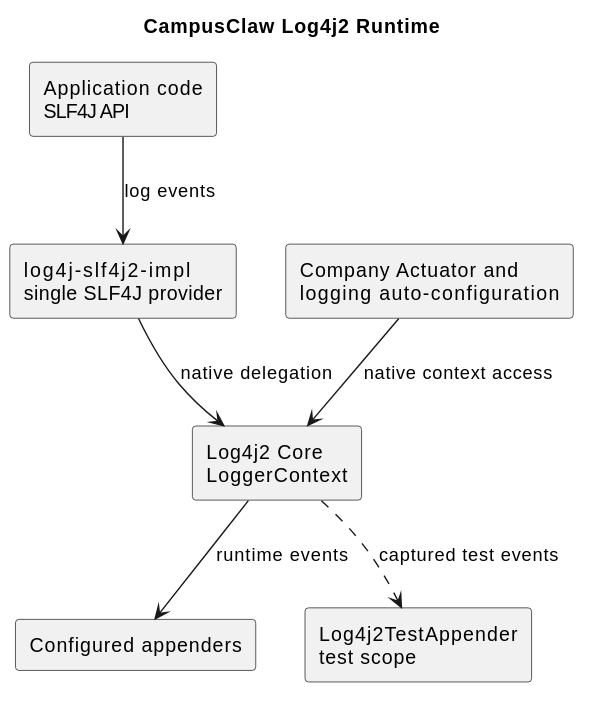
This is docs/designs/logging-runtime/logging_runtime.svg from 2862282695gjh-afk/pi-mono-java, a PlantUML export, as it was before one commit.
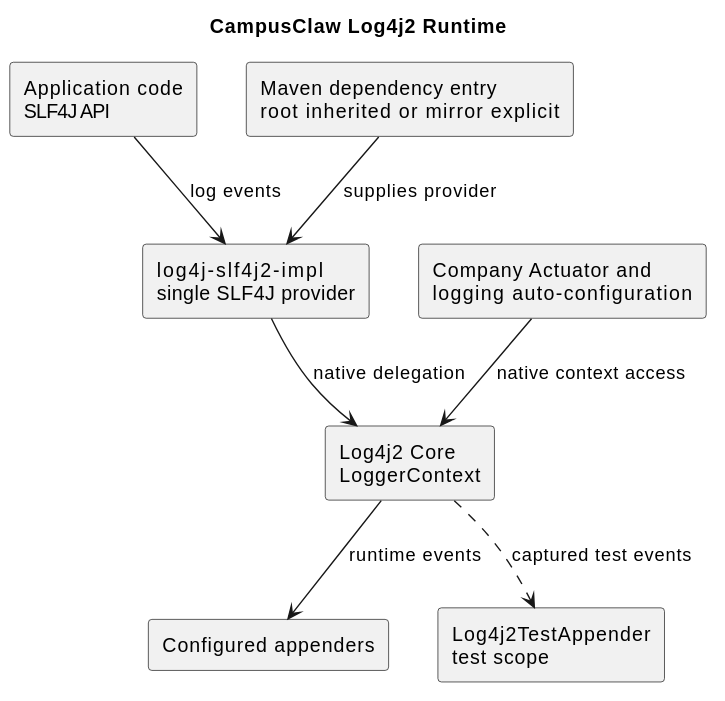
The same diagram one commit later.

The edit, as a diff of the source:
```diff
@@ -6,6 +6,7 @@
 skinparam componentStyle rectangle
 
 rectangle "Application code\nSLF4J API" as application
+rectangle "Maven dependency entry\nroot inherited or mirror explicit" as dependency
 rectangle "log4j-slf4j2-impl\nsingle SLF4J provider" as binding
 rectangle "Log4j2 Core\nLoggerContext" as core
 rectangle "Configured appenders" as output
@@ -13,6 +14,7 @@
 rectangle "Log4j2TestAppender\ntest scope" as tests
 
 application --> binding : log events
+dependency --> binding : supplies provider
 binding --> core : native delegation
 company --> core : native context access
 core --> output : runtime events
```
